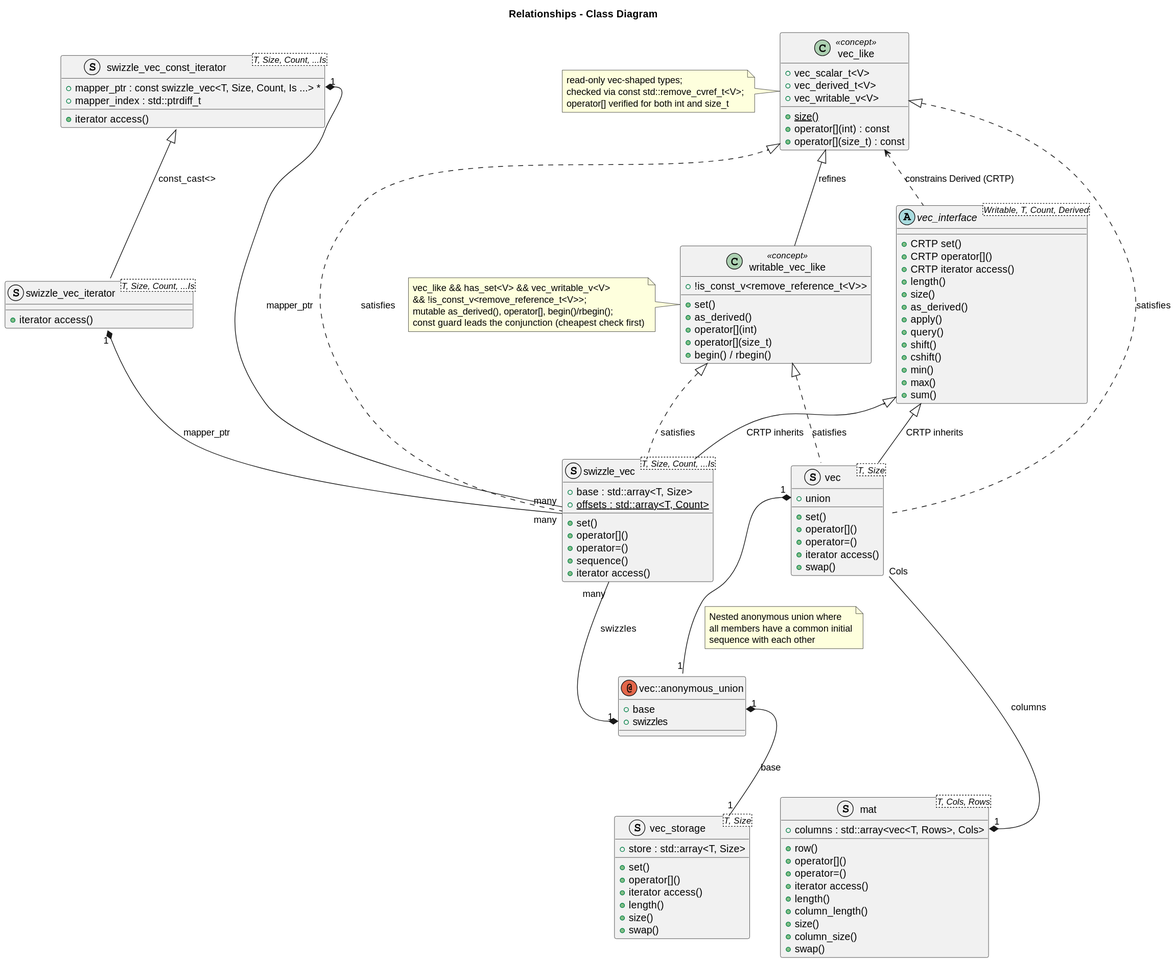
Before: docs/dsga.svg, a diagram exported from PlantUML (davidbrowne/dsga).
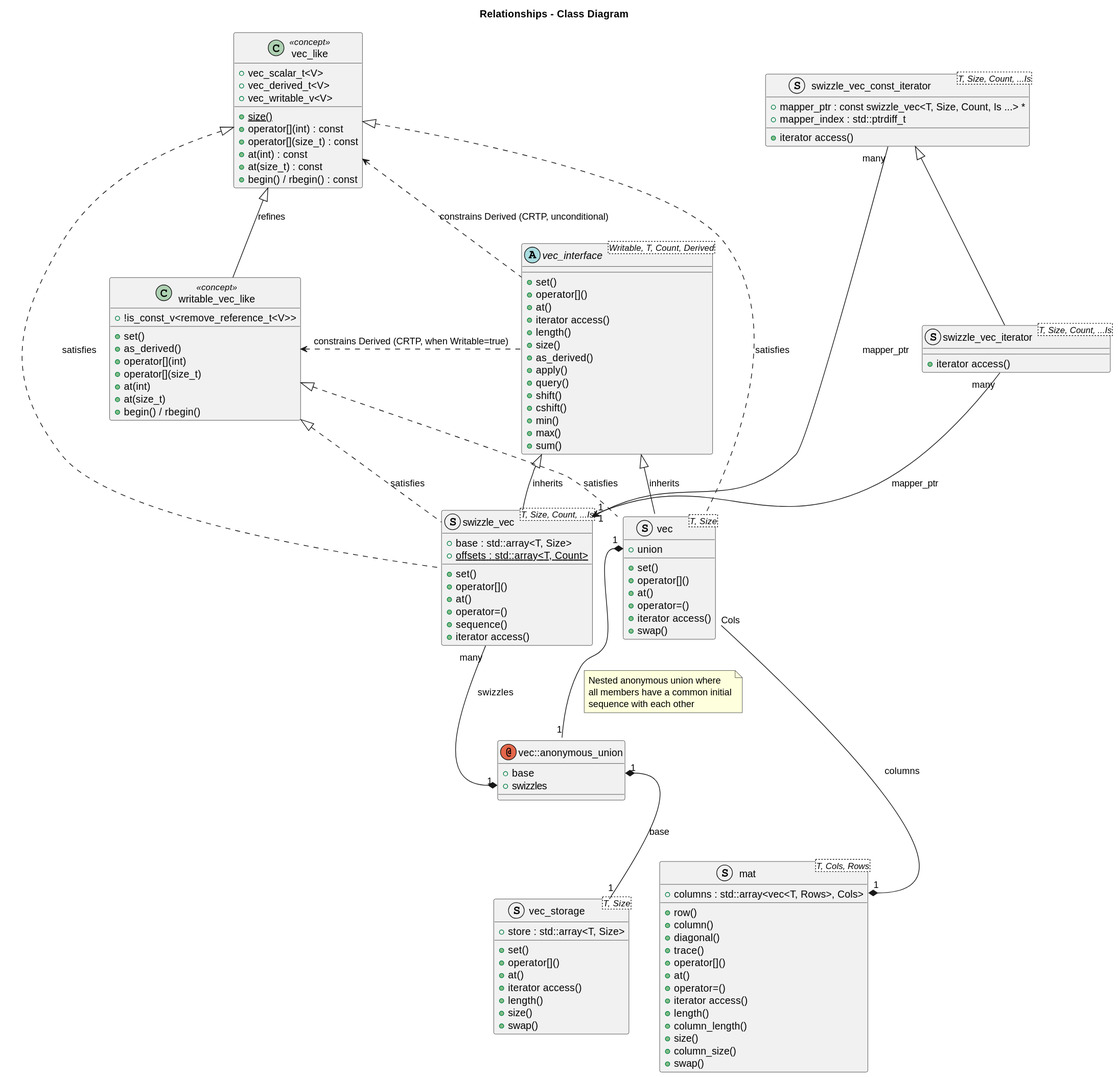
Later version of the same file.

What changed in the source:
```diff
@@ -8,6 +8,9 @@
 		+ {static} size()
 		+ operator[](int) : const
 		+ operator[](size_t) : const
+		+ at(int) : const
+		+ at(size_t) : const
+		+ begin() / rbegin() : const
 	}
 	class "writable_vec_like" <<concept>>
 	{
@@ -16,25 +19,17 @@
 		+ as_derived()
 		+ operator[](int)
 		+ operator[](size_t)
+		+ at(int)
+		+ at(size_t)
 		+ begin() / rbegin()
 	}
-	note left of "vec_like"
-		read-only vec-shaped types;
-		checked via const std::remove_cvref_t<V>;
-		operator[] verified for both int and size_t
-	end note
-	note left of "writable_vec_like"
-		vec_like && has_set<V> && vec_writable_v<V>
-		&& !is_const_v<remove_reference_t<V>>;
-		mutable as_derived(), operator[], begin()/rbegin();
-		const guard leads the conjunction (cheapest check first)
-	end note
 	"vec_like" <|-- "writable_vec_like" : refines
 	abstract vec_interface <Writable, T, Count, Derived>
 	{
-		+ CRTP set()
-		+ CRTP operator[]()
-		+ CRTP iterator access()
+		+ set()
+		+ operator[]()
+		+ at()
+		+ iterator access()
 		+ length()
 		+ size()
 		+ as_derived()
@@ -61,6 +56,7 @@
 		+ union
 		+ set()
 		+ operator[]()
+		+ at()
 		+ operator=()
 		+ iterator access()
 		+ swap()
@@ -75,6 +71,7 @@
 		+ store : std::array<T, Size>
 		+ set()
 		+ operator[]()
+		+ at()
 		+ iterator access()
 		+ length()
 		+ size()
@@ -86,6 +83,7 @@
 		+ {static} offsets : std::array<T, Count>
 		+ set()
 		+ operator[]()
+		+ at()
 		+ operator=()
 		+ sequence()
 		+ iterator access()
@@ -94,7 +92,11 @@
 	{
 		+ columns : std::array<vec<T, Rows>, Cols>
 		+ row()
+		+ column()
+		+ diagonal()
+		+ trace()
 		+ operator[]()
+		+ at()
 		+ operator=()
 		+ iterator access()
 		+ length()
@@ -103,9 +105,9 @@
 		+ column_size()
 		+ swap()
 	}
-	vec_interface <|-- vec: CRTP inherits
-	vec_interface <|-- swizzle_vec : CRTP inherits
-	swizzle_vec_const_iterator <|-- swizzle_vec_iterator : const_cast<>
+	vec_interface <|-- vec: inherits
+	vec_interface <|-- swizzle_vec : inherits
+	swizzle_vec_const_iterator <|-- swizzle_vec_iterator
 	"vec_like" ^.. vec : satisfies
 	"vec_like" ^.. swizzle_vec : satisfies
 	"writable_vec_like" ^.. vec : satisfies
@@ -118,9 +120,10 @@
 	  all members have a common initial
 	  sequence with each other
 	end note
-	swizzle_vec_const_iterator::mapper_ptr "1" *-- "many" swizzle_vec : mapper_ptr
-	swizzle_vec_iterator::mapper_ptr "1" *-- "many" swizzle_vec : mapper_ptr
-	"vec_like" <. vec_interface : constrains Derived (CRTP)
+	swizzle_vec_const_iterator "many" --> "1" swizzle_vec : mapper_ptr
+	swizzle_vec_iterator "many" --> "1" swizzle_vec : mapper_ptr
+	"vec_like" <. vec_interface : constrains Derived (CRTP, unconditional)
+	"writable_vec_like" <. vec_interface : constrains Derived (CRTP, when Writable=true)
 	mat::columns "1" *-- "Cols" vec : columns
 	vec -[hidden]left- swizzle_vec
 	vec_storage .[hidden]right. mat
```
